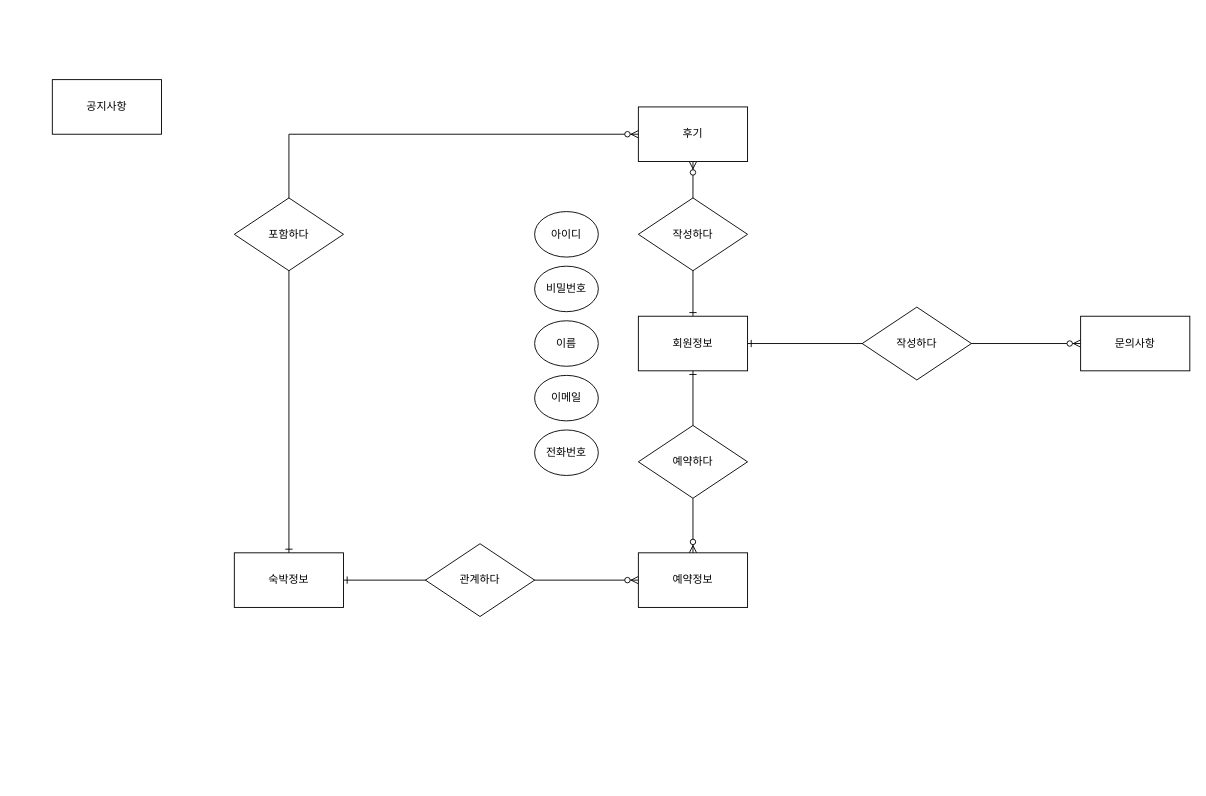
Before: Untitled Diagram.drawio in ksoyoun02/Biz_2021_01_403_java, a draw.io diagram. Source tidied: cells renumbered, new cells numbered last; positions are measured from the earlier drawing's top-left corner, leaving out a move shared by most shapes. Both pictures are drawn from the tidied source at 91%, with x=0, y=0 at pixel (52, 79).
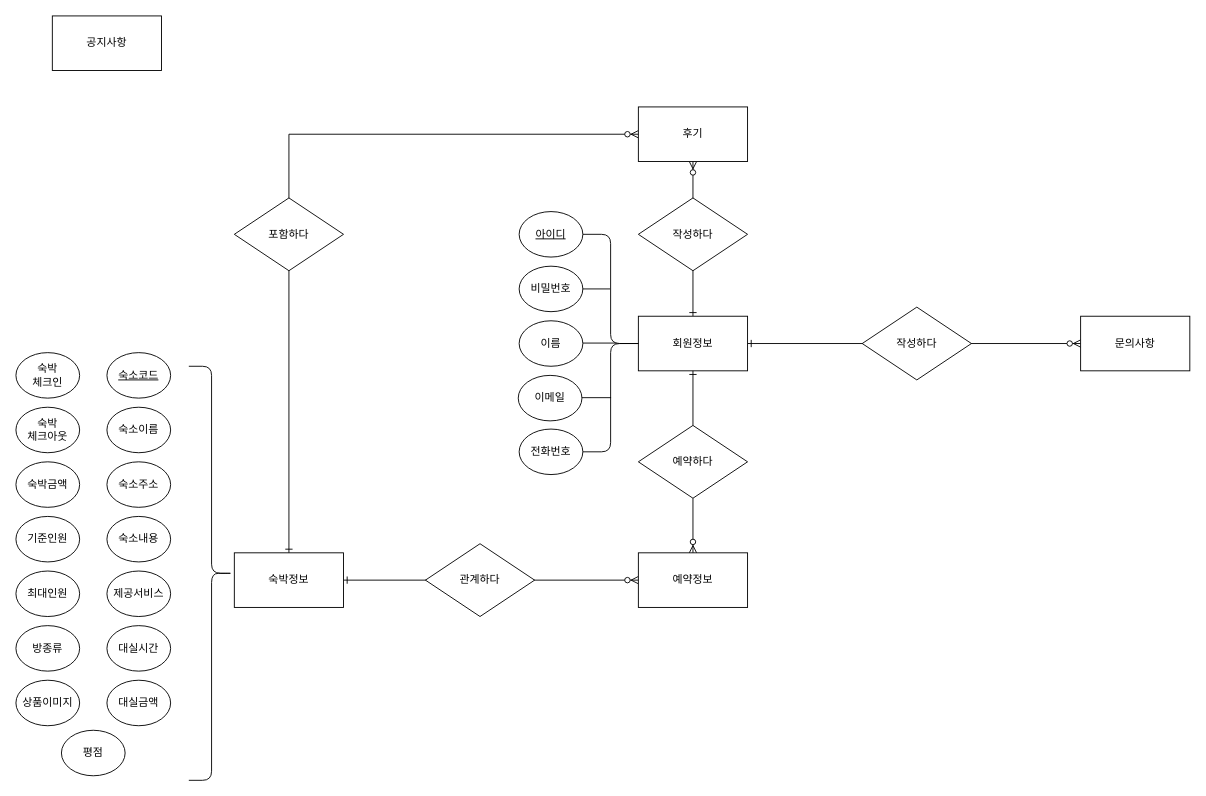
The same diagram, later.

The change refers to these unchanged cells:
```xml
<mxCell id="5" value="회원정보" style="rounded=0;whiteSpace=wrap;html=1;" parent="1" vertex="1">
  <mxGeometry x="644" y="260" width="120" height="60" as="geometry" />
</mxCell>
```

Change to the diagram source:
```diff
@@
     <mxCell id="12" value="공지사항" style="rounded=0;whiteSpace=wrap;html=1;" parent="1" vertex="1">
-      <mxGeometry width="120" height="60" as="geometry" />
+      <mxGeometry y="-70" width="120" height="60" as="geometry" />
     </mxCell>
@@
+    <mxCell id="24" style="edgeStyle=orthogonalEdgeStyle;rounded=0;orthogonalLoop=1;jettySize=auto;html=1;endArrow=none;endFill=0;" parent="1" edge="1">
+      <mxGeometry relative="1" as="geometry">
+        <mxPoint x="581" y="230" as="sourcePoint" />
+        <mxPoint x="613" y="230" as="targetPoint" />
+      </mxGeometry>
+    </mxCell>
     <mxCell id="19" value="비밀번호" style="ellipse;whiteSpace=wrap;html=1;" parent="1" vertex="1">
-      <mxGeometry x="530" y="205" width="70" height="50" as="geometry" />
+      <mxGeometry x="513" y="205" width="70" height="50" as="geometry" />
     </mxCell>
     <mxCell id="20" value="이름" style="ellipse;whiteSpace=wrap;html=1;" parent="1" vertex="1">
-      <mxGeometry x="530" y="265" width="70" height="50" as="geometry" />
+      <mxGeometry x="513" y="265" width="70" height="50" as="geometry" />
     </mxCell>
     <mxCell id="21" value="이메일" style="ellipse;whiteSpace=wrap;html=1;" parent="1" vertex="1">
-      <mxGeometry x="530" y="325" width="70" height="50" as="geometry" />
+      <mxGeometry x="512" y="325" width="70" height="50" as="geometry" />
     </mxCell>
+    <mxCell id="25" style="edgeStyle=orthogonalEdgeStyle;rounded=1;jettySize=auto;html=1;exitX=1;exitY=0.5;exitDx=0;exitDy=0;entryX=0;entryY=0.5;entryDx=0;entryDy=0;endArrow=none;endFill=0;" parent="1" edge="1" source="22" target="5">
+      <mxGeometry relative="1" as="geometry" />
+    </mxCell>
     <mxCell id="22" value="전화번호" style="ellipse;whiteSpace=wrap;html=1;" parent="1" vertex="1">
-      <mxGeometry x="530" y="385" width="70" height="50" as="geometry" />
+      <mxGeometry x="513" y="384" width="70" height="50" as="geometry" />
     </mxCell>
+    <mxCell id="26" style="edgeStyle=orthogonalEdgeStyle;rounded=1;jettySize=auto;html=1;exitX=1;exitY=0.5;exitDx=0;exitDy=0;entryX=0;entryY=0.5;entryDx=0;entryDy=0;endArrow=none;endFill=0;" parent="1" edge="1" source="23" target="5">
+      <mxGeometry relative="1" as="geometry" />
+    </mxCell>
-    <mxCell id="23" value="아이디" style="ellipse;whiteSpace=wrap;html=1;" parent="1" vertex="1">
-      <mxGeometry x="530" y="145" width="70" height="50" as="geometry" />
+    <mxCell id="23" value="아이디" style="ellipse;whiteSpace=wrap;html=1;verticalAlign=middle;fontStyle=4;" parent="1" vertex="1">
+      <mxGeometry x="513" y="145" width="70" height="50" as="geometry" />
     </mxCell>
+    <mxCell id="27" style="edgeStyle=orthogonalEdgeStyle;rounded=0;orthogonalLoop=1;jettySize=auto;html=1;endArrow=none;endFill=0;" parent="1" edge="1">
+      <mxGeometry relative="1" as="geometry">
+        <mxPoint x="583" y="289.5" as="sourcePoint" />
+        <mxPoint x="620" y="290" as="targetPoint" />
+      </mxGeometry>
+    </mxCell>
+    <mxCell id="28" style="edgeStyle=orthogonalEdgeStyle;rounded=0;orthogonalLoop=1;jettySize=auto;html=1;endArrow=none;endFill=0;" parent="1" edge="1">
+      <mxGeometry relative="1" as="geometry">
+        <mxPoint x="582" y="349.5" as="sourcePoint" />
+        <mxPoint x="614" y="349.5" as="targetPoint" />
+      </mxGeometry>
+    </mxCell>
+    <mxCell id="29" value="숙박&lt;br&gt;체크아웃" style="ellipse;whiteSpace=wrap;html=1;" parent="1" vertex="1">
+      <mxGeometry x="-40" y="360" width="70" height="50" as="geometry" />
+    </mxCell>
+    <mxCell id="30" value="숙박&lt;br&gt;체크인" style="ellipse;whiteSpace=wrap;html=1;" parent="1" vertex="1">
+      <mxGeometry x="-40" y="300" width="70" height="50" as="geometry" />
+    </mxCell>
+    <mxCell id="31" value="대실금액" style="ellipse;whiteSpace=wrap;html=1;" parent="1" vertex="1">
+      <mxGeometry x="60" y="660" width="70" height="50" as="geometry" />
+    </mxCell>
+    <mxCell id="32" value="대실시간" style="ellipse;whiteSpace=wrap;html=1;" parent="1" vertex="1">
+      <mxGeometry x="60" y="600" width="70" height="50" as="geometry" />
+    </mxCell>
+    <mxCell id="33" value="제공서비스" style="ellipse;whiteSpace=wrap;html=1;" parent="1" vertex="1">
+      <mxGeometry x="60" y="540" width="70" height="50" as="geometry" />
+    </mxCell>
+    <mxCell id="34" value="숙소내용" style="ellipse;whiteSpace=wrap;html=1;" parent="1" vertex="1">
+      <mxGeometry x="60" y="480" width="70" height="50" as="geometry" />
+    </mxCell>
+    <mxCell id="35" value="숙소주소" style="ellipse;whiteSpace=wrap;html=1;" parent="1" vertex="1">
+      <mxGeometry x="60" y="420" width="70" height="50" as="geometry" />
+    </mxCell>
+    <mxCell id="36" value="숙소이름" style="ellipse;whiteSpace=wrap;html=1;" parent="1" vertex="1">
+      <mxGeometry x="60" y="360" width="70" height="50" as="geometry" />
+    </mxCell>
+    <mxCell id="37" value="숙소코드" style="ellipse;whiteSpace=wrap;html=1;fontStyle=4;" parent="1" vertex="1">
+      <mxGeometry x="60" y="300" width="70" height="50" as="geometry" />
+    </mxCell>
+    <mxCell id="38" value="숙박금액" style="ellipse;whiteSpace=wrap;html=1;" parent="1" vertex="1">
+      <mxGeometry x="-40" y="420" width="70" height="50" as="geometry" />
+    </mxCell>
+    <mxCell id="39" value="최대인원" style="ellipse;whiteSpace=wrap;html=1;" parent="1" vertex="1">
+      <mxGeometry x="-40" y="540" width="70" height="50" as="geometry" />
+    </mxCell>
+    <mxCell id="40" value="기준인원" style="ellipse;whiteSpace=wrap;html=1;" parent="1" vertex="1">
+      <mxGeometry x="-40" y="480" width="70" height="50" as="geometry" />
+    </mxCell>
+    <mxCell id="41" value="방종류" style="ellipse;whiteSpace=wrap;html=1;" parent="1" vertex="1">
+      <mxGeometry x="-40" y="600" width="70" height="50" as="geometry" />
+    </mxCell>
+    <mxCell id="42" value="상품이미지" style="ellipse;whiteSpace=wrap;html=1;" parent="1" vertex="1">
+      <mxGeometry x="-40" y="660" width="70" height="50" as="geometry" />
+    </mxCell>
+    <mxCell id="43" style="edgeStyle=orthogonalEdgeStyle;rounded=0;orthogonalLoop=1;jettySize=auto;html=1;exitX=0.5;exitY=1;exitDx=0;exitDy=0;endArrow=none;endFill=0;" parent="1" edge="1" source="41" target="41">
+      <mxGeometry relative="1" as="geometry" />
+    </mxCell>
+    <mxCell id="44" value="평점" style="ellipse;whiteSpace=wrap;html=1;" parent="1" vertex="1">
+      <mxGeometry x="10" y="715" width="70" height="50" as="geometry" />
+    </mxCell>
+    <mxCell id="45" style="shape=curlyBracket;whiteSpace=wrap;html=1;rounded=1;flipH=1;" parent="1" vertex="1">
+      <mxGeometry x="150" y="315" width="50" height="455" as="geometry" />
+    </mxCell>
```
